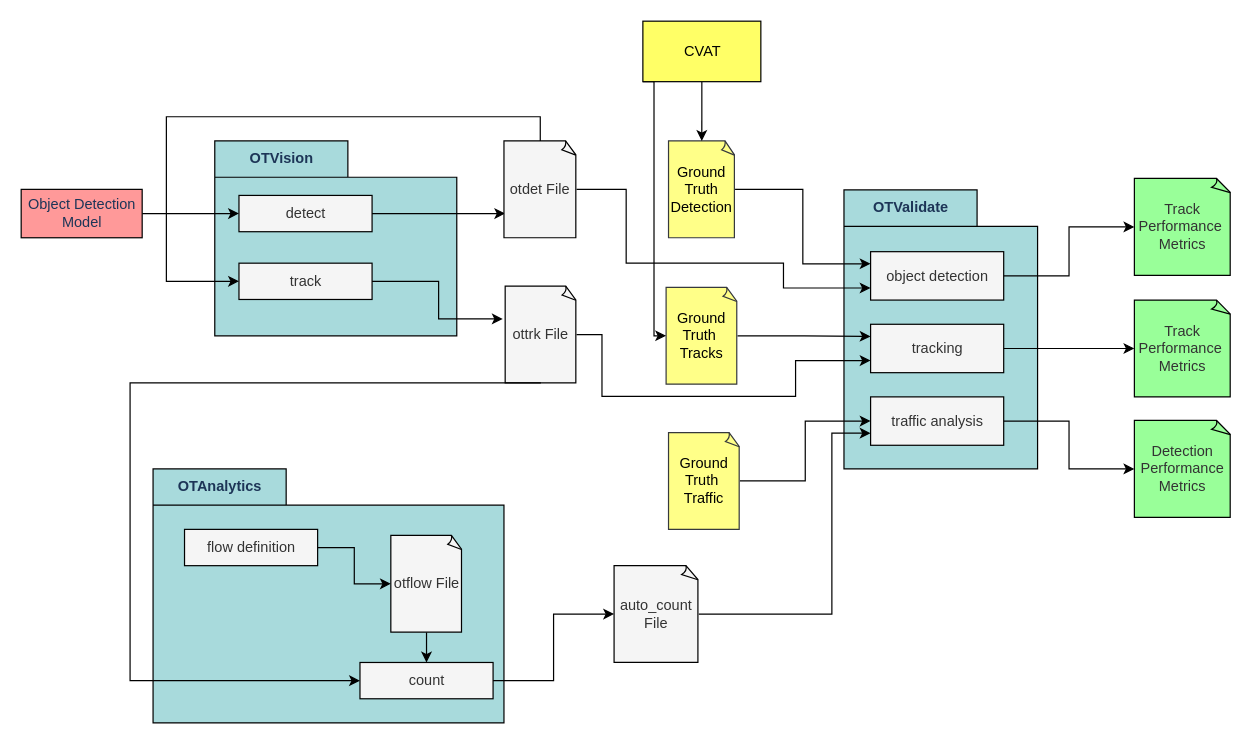
Earlier version of the draw.io diagram docs/OTLabels/validation/assets/otvalidate_overview.drawio (OpenTrafficCam/OTDocs). Source tidied: cells renumbered, new cells numbered last; positions are measured from the earlier drawing's top-left corner, leaving out a move shared by most shapes. Both pictures are drawn from the tidied source at 121%, with x=0, y=0 at pixel (21, 21).
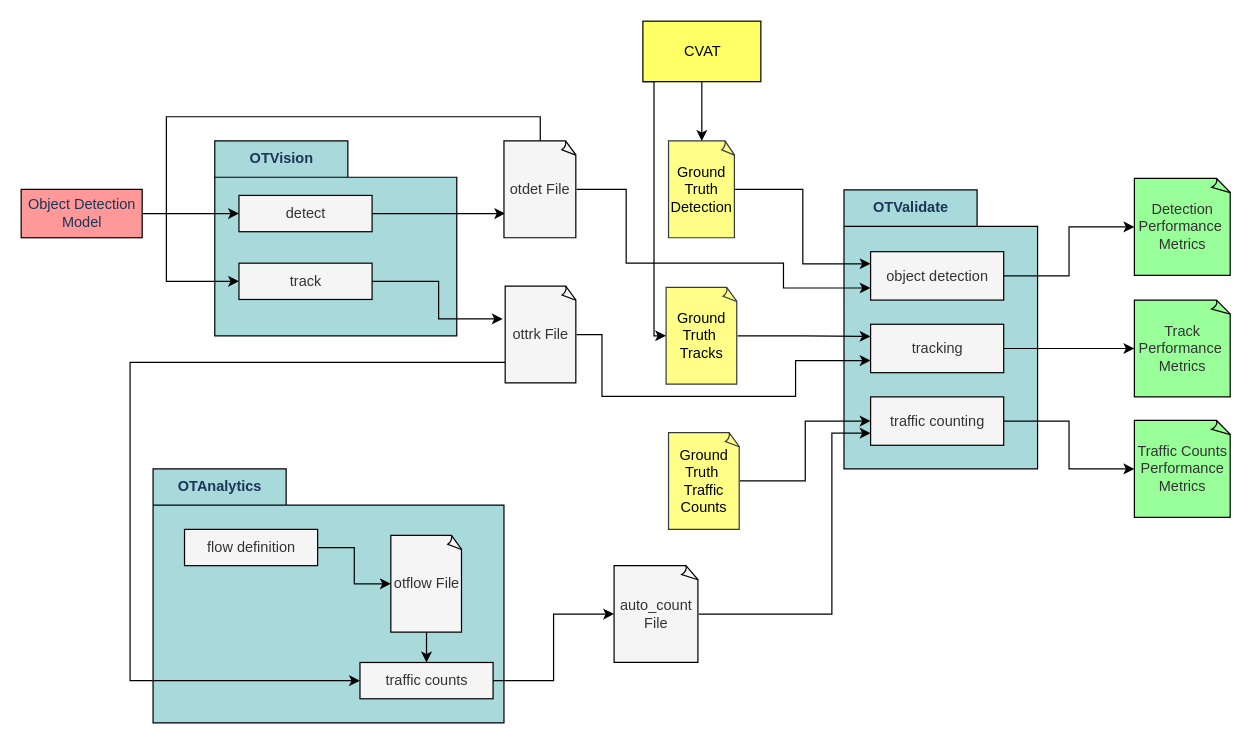
The same diagram, later.

Unchanged cells that the change refers to:
```xml
<mxCell id="12" value="OTValidate" style="shape=folder;fontStyle=1;tabWidth=110;tabHeight=30;tabPosition=left;html=1;boundedLbl=1;labelInHeader=1;fillColor=#A8DADC;fontColor=#1D3557;strokeColor=#000000;" parent="1" vertex="1">
  <mxGeometry x="680" y="139.5" width="160" height="230.5" as="geometry" />
</mxCell>
<mxCell id="27" value="ottrk File" style="whiteSpace=wrap;html=1;shape=mxgraph.basic.document;fillColor=#f5f5f5;fontColor=#333333;strokeColor=#000000;" parent="1" vertex="1">
  <mxGeometry x="400" y="219" width="59" height="80" as="geometry" />
</mxCell>
<mxCell id="31" value="OTAnalytics" style="shape=folder;fontStyle=1;tabWidth=110;tabHeight=30;tabPosition=left;html=1;boundedLbl=1;labelInHeader=1;fillColor=#A8DADC;fontColor=#1D3557;strokeColor=#000000;" parent="1" vertex="1">
  <mxGeometry x="109" y="370" width="290" height="210" as="geometry" />
</mxCell>
```

The edit, as a diff of the source:
```diff
@@
-    <mxCell id="14" value="traffic analysis" style="html=1;fillColor=#f5f5f5;fontColor=#333333;strokeColor=#000000;" parent="12" vertex="1">
+    <mxCell id="14" value="traffic counting" style="html=1;fillColor=#f5f5f5;fontColor=#333333;strokeColor=#000000;" parent="12" vertex="1">
       <mxGeometry x="22" y="171" width="110" height="40" as="geometry" />
     </mxCell>
@@
-    <mxCell id="17" value="Detection Performance Metrics" style="whiteSpace=wrap;html=1;shape=mxgraph.basic.document;fontColor=#333333;strokeColor=#000000;fillColor=#99FF99;" parent="1" vertex="1">
+    <mxCell id="17" value="Traffic Counts Performance Metrics" style="whiteSpace=wrap;html=1;shape=mxgraph.basic.document;fontColor=#333333;strokeColor=#000000;fillColor=#99FF99;" parent="1" vertex="1">
       <mxGeometry x="920" y="330" width="80" height="80" as="geometry" />
     </mxCell>
@@
-    <mxCell id="19" value="Track Performance&amp;nbsp;&lt;br&gt;Metrics" style="whiteSpace=wrap;html=1;shape=mxgraph.basic.document;fontColor=#333333;strokeColor=#000000;fillColor=#99FF99;" parent="1" vertex="1">
+    <mxCell id="19" value="Detection Performance&amp;nbsp;&lt;br&gt;Metrics" style="whiteSpace=wrap;html=1;shape=mxgraph.basic.document;fontColor=#333333;strokeColor=#000000;fillColor=#99FF99;" parent="1" vertex="1">
       <mxGeometry x="920" y="130" width="80" height="80" as="geometry" />
     </mxCell>
@@
-    <mxCell id="25" value="Ground Truth&amp;nbsp;&lt;br&gt;Traffic" style="whiteSpace=wrap;html=1;shape=mxgraph.basic.document;fillColor=#ffff88;strokeColor=#36393d;fontColor=#000000;" parent="1" vertex="1">
+    <mxCell id="25" value="Ground Truth&amp;nbsp;&lt;br&gt;Traffic Counts" style="whiteSpace=wrap;html=1;shape=mxgraph.basic.document;fillColor=#ffff88;strokeColor=#36393d;fontColor=#000000;" parent="1" vertex="1">
       <mxGeometry x="535" y="340" width="59" height="80" as="geometry" />
     </mxCell>
@@
-    <mxCell id="34" value="count" style="html=1;fillColor=#f5f5f5;fontColor=#333333;strokeColor=#000000;" parent="31" vertex="1">
+    <mxCell id="34" value="traffic counts" style="html=1;fillColor=#f5f5f5;fontColor=#333333;strokeColor=#000000;" parent="31" vertex="1">
       <mxGeometry x="171" y="160" width="110" height="30" as="geometry" />
     </mxCell>
@@
-    <mxCell id="39" style="edgeStyle=elbowEdgeStyle;html=1;exitX=0.5;exitY=1;exitDx=0;exitDy=0;exitPerimeter=0;entryX=0;entryY=0.5;entryDx=0;entryDy=0;strokeColor=#000000;rounded=0;" parent="1" edge="1" source="27" target="34">
+    <mxCell id="39" style="edgeStyle=elbowEdgeStyle;html=1;entryX=0;entryY=0.5;entryDx=0;entryDy=0;strokeColor=#000000;rounded=0;" parent="1" edge="1" target="34">
       <mxGeometry relative="1" as="geometry">
+        <mxPoint x="400" y="282" as="sourcePoint" />
         <Array as="points">
+          <mxPoint x="90" y="320" />
           <mxPoint x="90" y="440" />
         </Array>
       </mxGeometry>
     </mxCell>
```
